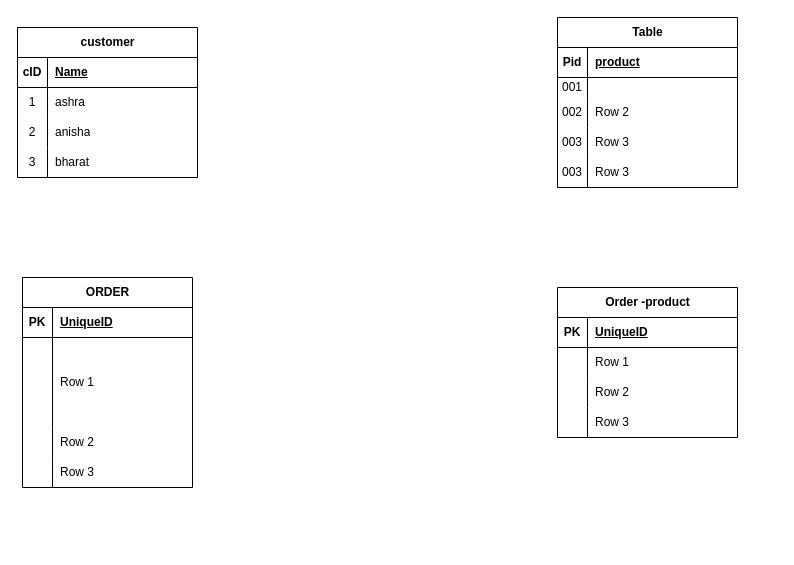
Above: page "Page-4" (4 of 4) of Untitled Diagram.drawio in ashra-dev/github (draw.io), before the change. Source tidied: cells renumbered, new cells numbered last; positions are measured from the earlier drawing's top-left corner, leaving out a move shared by most shapes. Both pictures are drawn from the tidied source at 100%, with x=0, y=0 at pixel (17, 17).
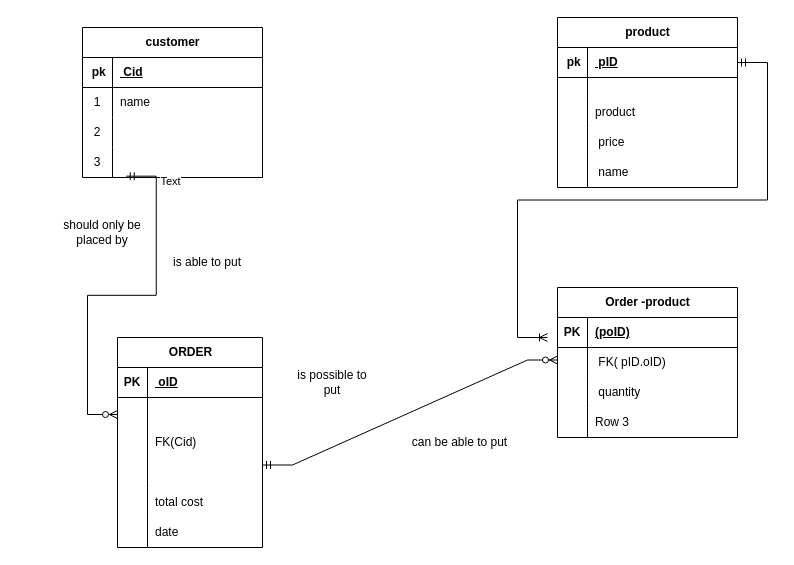
The same page after the edit.

The change refers to these unchanged cells:
```xml
<mxCell id="3" style="shape=tableRow;horizontal=0;startSize=0;swimlaneHead=0;swimlaneBody=0;fillColor=none;top=0;left=0;right=0;bottom=1;" parent="2" vertex="1">
  <mxGeometry y="30" width="180" height="30" as="geometry" />
</mxCell>
<mxCell id="6" style="shape=tableRow;horizontal=0;startSize=0;swimlaneHead=0;swimlaneBody=0;fillColor=none;top=0;left=0;right=0;bottom=0;" parent="2" vertex="1">
  <mxGeometry y="60" width="180" height="30" as="geometry" />
</mxCell>
<mxCell id="9" style="shape=tableRow;horizontal=0;startSize=0;swimlaneHead=0;swimlaneBody=0;fillColor=none;top=0;left=0;right=0;bottom=0;" parent="2" vertex="1">
  <mxGeometry y="90" width="180" height="30" as="geometry" />
</mxCell>
<mxCell id="12" style="shape=tableRow;horizontal=0;startSize=0;swimlaneHead=0;swimlaneBody=0;fillColor=none;points=[[0,0.5],[1,0.5]];portConstraint=eastwest;top=0;left=0;right=0;bottom=0;" parent="2" vertex="1">
  <mxGeometry y="120" width="180" height="30" as="geometry" />
</mxCell>
<mxCell id="16" style="shape=tableRow;horizontal=0;startSize=0;swimlaneHead=0;swimlaneBody=0;fillColor=none;points=[[0,0.5],[1,0.5]];portConstraint=eastwest;top=0;left=0;right=0;bottom=1;" parent="15" vertex="1">
  <mxGeometry y="30" width="180" height="30" as="geometry" />
</mxCell>
<mxCell id="19" style="shape=tableRow;horizontal=0;startSize=0;swimlaneHead=0;swimlaneBody=0;fillColor=none;top=0;left=0;right=0;bottom=0;" parent="15" vertex="1">
  <mxGeometry y="60" width="180" height="20" as="geometry" />
</mxCell>
<mxCell id="22" style="shape=tableRow;horizontal=0;startSize=0;swimlaneHead=0;swimlaneBody=0;fillColor=none;top=0;left=0;right=0;bottom=0;" parent="15" vertex="1">
  <mxGeometry y="80" width="180" height="30" as="geometry" />
</mxCell>
<mxCell id="25" style="shape=tableRow;horizontal=0;startSize=0;swimlaneHead=0;swimlaneBody=0;fillColor=none;top=0;left=0;right=0;bottom=0;" parent="15" vertex="1">
  <mxGeometry y="110" width="180" height="30" as="geometry" />
</mxCell>
<mxCell id="28" style="shape=tableRow;horizontal=0;startSize=0;swimlaneHead=0;swimlaneBody=0;fillColor=none;top=0;left=0;right=0;bottom=0;" parent="15" vertex="1">
  <mxGeometry y="140" width="180" height="30" as="geometry" />
</mxCell>
<mxCell id="45" style="shape=tableRow;horizontal=0;startSize=0;swimlaneHead=0;swimlaneBody=0;fillColor=none;top=0;left=0;right=0;bottom=1;" parent="44" vertex="1">
  <mxGeometry y="30" width="180" height="30" as="geometry" />
</mxCell>
<mxCell id="48" style="shape=tableRow;horizontal=0;startSize=0;swimlaneHead=0;swimlaneBody=0;fillColor=none;top=0;left=0;right=0;bottom=0;" parent="44" vertex="1">
  <mxGeometry y="60" width="180" height="30" as="geometry" />
</mxCell>
<mxCell id="51" style="shape=tableRow;horizontal=0;startSize=0;swimlaneHead=0;swimlaneBody=0;fillColor=none;top=0;left=0;right=0;bottom=0;" parent="44" vertex="1">
  <mxGeometry y="90" width="180" height="30" as="geometry" />
</mxCell>
```

What changed in the source:
```diff
@@
     <mxCell id="2" value="customer" style="shape=table;startSize=30;childLayout=tableLayout;rowLines=0;fontStyle=1;align=center;html=1;" parent="1" vertex="1">
-      <mxGeometry y="10" width="180" height="150" as="geometry" />
+      <mxGeometry x="65" y="10" width="180" height="150" as="geometry" />
     </mxCell>
@@
-    <mxCell id="4" value="cID" style="shape=partialRectangle;fillColor=none;top=0;left=0;bottom=0;right=0;fontStyle=1;overflow=hidden;whiteSpace=wrap;html=1;" parent="3" vertex="1">
+    <mxCell id="4" value="&amp;nbsp;pk" style="shape=partialRectangle;fillColor=none;top=0;left=0;bottom=0;right=0;fontStyle=1;overflow=hidden;whiteSpace=wrap;html=1;" parent="3" vertex="1">
       <mxGeometry width="30" height="30" as="geometry" />
     </mxCell>
-    <mxCell id="5" value="Name" style="shape=partialRectangle;fillColor=none;top=0;left=0;bottom=0;right=0;align=left;spacingLeft=6;fontStyle=5;overflow=hidden;whiteSpace=wrap;html=1;" parent="3" vertex="1">
+    <mxCell id="5" value="&amp;nbsp;Cid" style="shape=partialRectangle;fillColor=none;top=0;left=0;bottom=0;right=0;align=left;spacingLeft=6;fontStyle=5;overflow=hidden;whiteSpace=wrap;html=1;" parent="3" vertex="1">
       <mxGeometry x="30" width="150" height="30" as="geometry" />
     </mxCell>
@@
-    <mxCell id="8" value="ashra" style="shape=partialRectangle;fillColor=none;top=0;left=0;bottom=0;right=0;align=left;spacingLeft=6;overflow=hidden;whiteSpace=wrap;html=1;" parent="6" vertex="1">
+    <mxCell id="8" value="name" style="shape=partialRectangle;fillColor=none;top=0;left=0;bottom=0;right=0;align=left;spacingLeft=6;overflow=hidden;whiteSpace=wrap;html=1;" parent="6" vertex="1">
       <mxGeometry x="30" width="150" height="30" as="geometry" />
     </mxCell>
@@
-    <mxCell id="11" value="anisha" style="shape=partialRectangle;fillColor=none;top=0;left=0;bottom=0;right=0;align=left;spacingLeft=6;overflow=hidden;whiteSpace=wrap;html=1;" parent="9" vertex="1">
+    <mxCell id="11" style="shape=partialRectangle;fillColor=none;top=0;left=0;bottom=0;right=0;align=left;spacingLeft=6;overflow=hidden;whiteSpace=wrap;html=1;" parent="9" vertex="1">
       <mxGeometry x="30" width="150" height="30" as="geometry" />
     </mxCell>
@@
-    <mxCell id="14" value="bharat" style="shape=partialRectangle;fillColor=none;top=0;left=0;bottom=0;right=0;align=left;spacingLeft=6;overflow=hidden;whiteSpace=wrap;html=1;" parent="12" vertex="1">
+    <mxCell id="14" style="shape=partialRectangle;fillColor=none;top=0;left=0;bottom=0;right=0;align=left;spacingLeft=6;overflow=hidden;whiteSpace=wrap;html=1;" parent="12" vertex="1">
       <mxGeometry x="30" width="150" height="30" as="geometry" />
     </mxCell>
-    <mxCell id="15" value="Table" style="shape=table;startSize=30;childLayout=tableLayout;rowLines=0;fontStyle=1;align=center;html=1;" parent="1" vertex="1">
+    <mxCell id="15" value="product" style="shape=table;startSize=30;childLayout=tableLayout;rowLines=0;fontStyle=1;align=center;html=1;" parent="1" vertex="1">
       <mxGeometry x="540" width="180" height="170" as="geometry" />
     </mxCell>
@@
-    <mxCell id="17" value="Pid" style="shape=partialRectangle;fillColor=none;top=0;left=0;bottom=0;right=0;fontStyle=1;overflow=hidden;whiteSpace=wrap;html=1;" parent="16" vertex="1">
+    <mxCell id="17" value="&amp;nbsp;pk" style="shape=partialRectangle;fillColor=none;top=0;left=0;bottom=0;right=0;fontStyle=1;overflow=hidden;whiteSpace=wrap;html=1;" parent="16" vertex="1">
       <mxGeometry width="30" height="30" as="geometry" />
     </mxCell>
-    <mxCell id="18" value="product" style="shape=partialRectangle;fillColor=none;top=0;left=0;bottom=0;right=0;align=left;spacingLeft=6;fontStyle=5;overflow=hidden;whiteSpace=wrap;html=1;" parent="16" vertex="1">
+    <mxCell id="18" value="&amp;nbsp;pID" style="shape=partialRectangle;fillColor=none;top=0;left=0;bottom=0;right=0;align=left;spacingLeft=6;fontStyle=5;overflow=hidden;whiteSpace=wrap;html=1;" parent="16" vertex="1">
       <mxGeometry x="30" width="150" height="30" as="geometry" />
     </mxCell>
@@
-    <mxCell id="20" value="001" style="shape=partialRectangle;fillColor=none;top=0;left=0;bottom=0;right=0;overflow=hidden;whiteSpace=wrap;html=1;" parent="19" vertex="1">
+    <mxCell id="20" value="&amp;nbsp;" style="shape=partialRectangle;fillColor=none;top=0;left=0;bottom=0;right=0;overflow=hidden;whiteSpace=wrap;html=1;" parent="19" vertex="1">
       <mxGeometry width="30" height="20" as="geometry" />
     </mxCell>
@@
-    <mxCell id="23" value="002" style="shape=partialRectangle;fillColor=none;top=0;left=0;bottom=0;right=0;overflow=hidden;whiteSpace=wrap;html=1;" parent="22" vertex="1">
+    <mxCell id="23" value="&amp;nbsp;" style="shape=partialRectangle;fillColor=none;top=0;left=0;bottom=0;right=0;overflow=hidden;whiteSpace=wrap;html=1;" parent="22" vertex="1">
       <mxGeometry width="30" height="30" as="geometry" />
     </mxCell>
-    <mxCell id="24" value="Row 2" style="shape=partialRectangle;fillColor=none;top=0;left=0;bottom=0;right=0;align=left;spacingLeft=6;overflow=hidden;whiteSpace=wrap;html=1;" parent="22" vertex="1">
+    <mxCell id="24" value="product" style="shape=partialRectangle;fillColor=none;top=0;left=0;bottom=0;right=0;align=left;spacingLeft=6;overflow=hidden;whiteSpace=wrap;html=1;" parent="22" vertex="1">
       <mxGeometry x="30" width="150" height="30" as="geometry" />
     </mxCell>
@@
-    <mxCell id="26" value="003" style="shape=partialRectangle;fillColor=none;top=0;left=0;bottom=0;right=0;overflow=hidden;whiteSpace=wrap;html=1;" parent="25" vertex="1">
+    <mxCell id="26" value="&amp;nbsp;" style="shape=partialRectangle;fillColor=none;top=0;left=0;bottom=0;right=0;overflow=hidden;whiteSpace=wrap;html=1;" parent="25" vertex="1">
       <mxGeometry width="30" height="30" as="geometry" />
     </mxCell>
-    <mxCell id="27" value="Row 3" style="shape=partialRectangle;fillColor=none;top=0;left=0;bottom=0;right=0;align=left;spacingLeft=6;overflow=hidden;whiteSpace=wrap;html=1;" parent="25" vertex="1">
+    <mxCell id="27" value="&amp;nbsp;price" style="shape=partialRectangle;fillColor=none;top=0;left=0;bottom=0;right=0;align=left;spacingLeft=6;overflow=hidden;whiteSpace=wrap;html=1;" parent="25" vertex="1">
       <mxGeometry x="30" width="150" height="30" as="geometry" />
     </mxCell>
@@
-    <mxCell id="29" value="003" style="shape=partialRectangle;fillColor=none;top=0;left=0;bottom=0;right=0;overflow=hidden;whiteSpace=wrap;html=1;" parent="28" vertex="1">
+    <mxCell id="29" value="&amp;nbsp;" style="shape=partialRectangle;fillColor=none;top=0;left=0;bottom=0;right=0;overflow=hidden;whiteSpace=wrap;html=1;" parent="28" vertex="1">
       <mxGeometry width="30" height="30" as="geometry" />
     </mxCell>
-    <mxCell id="30" value="Row 3" style="shape=partialRectangle;fillColor=none;top=0;left=0;bottom=0;right=0;align=left;spacingLeft=6;overflow=hidden;whiteSpace=wrap;html=1;" parent="28" vertex="1">
+    <mxCell id="30" value="&amp;nbsp;name" style="shape=partialRectangle;fillColor=none;top=0;left=0;bottom=0;right=0;align=left;spacingLeft=6;overflow=hidden;whiteSpace=wrap;html=1;" parent="28" vertex="1">
       <mxGeometry x="30" width="150" height="30" as="geometry" />
     </mxCell>
     <mxCell id="31" value="ORDER" style="shape=table;startSize=30;childLayout=tableLayout;rowLines=0;fontStyle=1;align=center;html=1;" parent="1" vertex="1">
-      <mxGeometry x="5" y="260" width="170" height="210" as="geometry" />
+      <mxGeometry x="100" y="320" width="145" height="210" as="geometry" />
     </mxCell>
     <mxCell id="32" style="shape=tableRow;horizontal=0;startSize=0;swimlaneHead=0;swimlaneBody=0;fillColor=none;top=0;left=0;right=0;bottom=1;" parent="31" vertex="1">
-      <mxGeometry y="30" width="170" height="30" as="geometry" />
+      <mxGeometry y="30" width="145" height="30" as="geometry" />
     </mxCell>
@@
-    <mxCell id="34" value="UniqueID" style="shape=partialRectangle;fillColor=none;top=0;left=0;bottom=0;right=0;align=left;spacingLeft=6;fontStyle=5;overflow=hidden;whiteSpace=wrap;html=1;" parent="32" vertex="1">
-      <mxGeometry x="30" width="140" height="30" as="geometry" />
+    <mxCell id="34" value="&amp;nbsp;oID" style="shape=partialRectangle;fillColor=none;top=0;left=0;bottom=0;right=0;align=left;spacingLeft=6;fontStyle=5;overflow=hidden;whiteSpace=wrap;html=1;" parent="32" vertex="1">
+      <mxGeometry x="30" width="115" height="30" as="geometry" />
     </mxCell>
     <mxCell id="35" style="shape=tableRow;horizontal=0;startSize=0;swimlaneHead=0;swimlaneBody=0;fillColor=none;top=0;left=0;right=0;bottom=0;" parent="31" vertex="1">
-      <mxGeometry y="60" width="170" height="90" as="geometry" />
+      <mxGeometry y="60" width="145" height="90" as="geometry" />
     </mxCell>
@@
-    <mxCell id="37" value="Row 1" style="shape=partialRectangle;fillColor=none;top=0;left=0;bottom=0;right=0;align=left;spacingLeft=6;overflow=hidden;whiteSpace=wrap;html=1;" parent="35" vertex="1">
-      <mxGeometry x="30" width="140" height="90" as="geometry" />
+    <mxCell id="37" value="FK(Cid)" style="shape=partialRectangle;fillColor=none;top=0;left=0;bottom=0;right=0;align=left;spacingLeft=6;overflow=hidden;whiteSpace=wrap;html=1;" parent="35" vertex="1">
+      <mxGeometry x="30" width="115" height="90" as="geometry" />
     </mxCell>
     <mxCell id="38" style="shape=tableRow;horizontal=0;startSize=0;swimlaneHead=0;swimlaneBody=0;fillColor=none;top=0;left=0;right=0;bottom=0;" parent="31" vertex="1">
-      <mxGeometry y="150" width="170" height="30" as="geometry" />
+      <mxGeometry y="150" width="145" height="30" as="geometry" />
     </mxCell>
@@
-    <mxCell id="40" value="Row 2" style="shape=partialRectangle;fillColor=none;top=0;left=0;bottom=0;right=0;align=left;spacingLeft=6;overflow=hidden;whiteSpace=wrap;html=1;" parent="38" vertex="1">
-      <mxGeometry x="30" width="140" height="30" as="geometry" />
+    <mxCell id="40" value="total cost" style="shape=partialRectangle;fillColor=none;top=0;left=0;bottom=0;right=0;align=left;spacingLeft=6;overflow=hidden;whiteSpace=wrap;html=1;" parent="38" vertex="1">
+      <mxGeometry x="30" width="115" height="30" as="geometry" />
     </mxCell>
     <mxCell id="41" style="shape=tableRow;horizontal=0;startSize=0;swimlaneHead=0;swimlaneBody=0;fillColor=none;top=0;left=0;right=0;bottom=0;" parent="31" vertex="1">
-      <mxGeometry y="180" width="170" height="30" as="geometry" />
+      <mxGeometry y="180" width="145" height="30" as="geometry" />
     </mxCell>
@@
-    <mxCell id="43" value="Row 3" style="shape=partialRectangle;fillColor=none;top=0;left=0;bottom=0;right=0;align=left;spacingLeft=6;overflow=hidden;whiteSpace=wrap;html=1;" parent="41" vertex="1">
-      <mxGeometry x="30" width="140" height="30" as="geometry" />
+    <mxCell id="43" value="date" style="shape=partialRectangle;fillColor=none;top=0;left=0;bottom=0;right=0;align=left;spacingLeft=6;overflow=hidden;whiteSpace=wrap;html=1;" parent="41" vertex="1">
+      <mxGeometry x="30" width="115" height="30" as="geometry" />
     </mxCell>
@@
-    <mxCell id="47" value="UniqueID" style="shape=partialRectangle;fillColor=none;top=0;left=0;bottom=0;right=0;align=left;spacingLeft=6;fontStyle=5;overflow=hidden;whiteSpace=wrap;html=1;" parent="45" vertex="1">
+    <mxCell id="47" value="(poID)" style="shape=partialRectangle;fillColor=none;top=0;left=0;bottom=0;right=0;align=left;spacingLeft=6;fontStyle=5;overflow=hidden;whiteSpace=wrap;html=1;" parent="45" vertex="1">
       <mxGeometry x="30" width="150" height="30" as="geometry" />
     </mxCell>
@@
-    <mxCell id="50" value="Row 1" style="shape=partialRectangle;fillColor=none;top=0;left=0;bottom=0;right=0;align=left;spacingLeft=6;overflow=hidden;whiteSpace=wrap;html=1;" parent="48" vertex="1">
+    <mxCell id="50" value="&amp;nbsp;FK( pID.oID)" style="shape=partialRectangle;fillColor=none;top=0;left=0;bottom=0;right=0;align=left;spacingLeft=6;overflow=hidden;whiteSpace=wrap;html=1;" parent="48" vertex="1">
       <mxGeometry x="30" width="150" height="30" as="geometry" />
     </mxCell>
@@
-    <mxCell id="53" value="Row 2" style="shape=partialRectangle;fillColor=none;top=0;left=0;bottom=0;right=0;align=left;spacingLeft=6;overflow=hidden;whiteSpace=wrap;html=1;" parent="51" vertex="1">
+    <mxCell id="53" value="&amp;nbsp;quantity" style="shape=partialRectangle;fillColor=none;top=0;left=0;bottom=0;right=0;align=left;spacingLeft=6;overflow=hidden;whiteSpace=wrap;html=1;" parent="51" vertex="1">
       <mxGeometry x="30" width="150" height="30" as="geometry" />
     </mxCell>
@@
+    <mxCell id="57" style="edgeStyle=entityRelationEdgeStyle;fontSize=12;html=1;endArrow=ERzeroToMany;startArrow=ERmandOne;rounded=0;entryX=0;entryY=0.5;entryDx=0;entryDy=0;exitX=0.243;exitY=0.956;exitDx=0;exitDy=0;exitPerimeter=0;" parent="1" edge="1" source="12">
+      <mxGeometry relative="1" as="geometry">
+        <mxPoint x="100" y="397" as="targetPoint" />
+        <Array as="points">
+          <mxPoint x="110" y="195.3" />
+          <mxPoint x="80" y="235.3" />
+          <mxPoint x="70" y="285.3" />
+          <mxPoint x="100" y="305.3" />
+          <mxPoint x="90" y="285.3" />
+          <mxPoint x="80" y="312" />
+          <mxPoint x="40" y="322" />
+          <mxPoint x="90" y="192" />
+          <mxPoint x="90" y="232" />
+        </Array>
+      </mxGeometry>
+    </mxCell>
+    <mxCell id="58" value="Text" style="edgeLabel;html=1;align=center;verticalAlign=middle;" parent="57" vertex="1">
+      <mxGeometry x="-0.81" y="4" relative="1" as="geometry">
+        <mxPoint x="10" as="offset" />
+      </mxGeometry>
+    </mxCell>
+    <mxCell id="59" style="edgeStyle=entityRelationEdgeStyle;fontSize=12;html=1;endArrow=ERzeroToMany;startArrow=ERmandOne;rounded=0;entryX=0;entryY=0.5;entryDx=0;entryDy=0;" parent="1" edge="1">
+      <mxGeometry relative="1" as="geometry">
+        <mxPoint x="245" y="447.5" as="sourcePoint" />
+        <mxPoint x="540" y="342.5" as="targetPoint" />
+      </mxGeometry>
+    </mxCell>
+    <mxCell id="60" value="can be able to put" style="text;html=1;strokeColor=none;fillColor=none;align=center;verticalAlign=middle;whiteSpace=wrap;rounded=0;" parent="1" vertex="1">
+      <mxGeometry x="375" y="410" width="135" height="30" as="geometry" />
+    </mxCell>
+    <mxCell id="61" value="is possible to put" style="text;html=1;strokeColor=none;fillColor=none;align=center;verticalAlign=middle;whiteSpace=wrap;rounded=0;rotation=0;" parent="1" vertex="1">
+      <mxGeometry x="270" y="350" width="90" height="30" as="geometry" />
+    </mxCell>
+    <mxCell id="62" value="is able to put" style="text;html=1;strokeColor=none;fillColor=none;align=center;verticalAlign=middle;whiteSpace=wrap;rounded=0;" parent="1" vertex="1">
+      <mxGeometry x="150" y="230" width="80" height="30" as="geometry" />
+    </mxCell>
+    <mxCell id="63" value="should only be placed by" style="text;html=1;strokeColor=none;fillColor=none;align=center;verticalAlign=middle;whiteSpace=wrap;rounded=0;" parent="1" vertex="1">
+      <mxGeometry x="40" y="200" width="90" height="30" as="geometry" />
+    </mxCell>
+    <mxCell id="64" style="edgeStyle=entityRelationEdgeStyle;fontSize=12;html=1;endArrow=ERoneToMany;startArrow=ERmandOne;rounded=0;exitX=1;exitY=0.5;exitDx=0;exitDy=0;" parent="1" edge="1" source="16">
+      <mxGeometry relative="1" as="geometry">
+        <mxPoint x="530" y="320" as="targetPoint" />
+        <Array as="points">
+          <mxPoint x="470" y="130" />
+        </Array>
+      </mxGeometry>
+    </mxCell>
```
